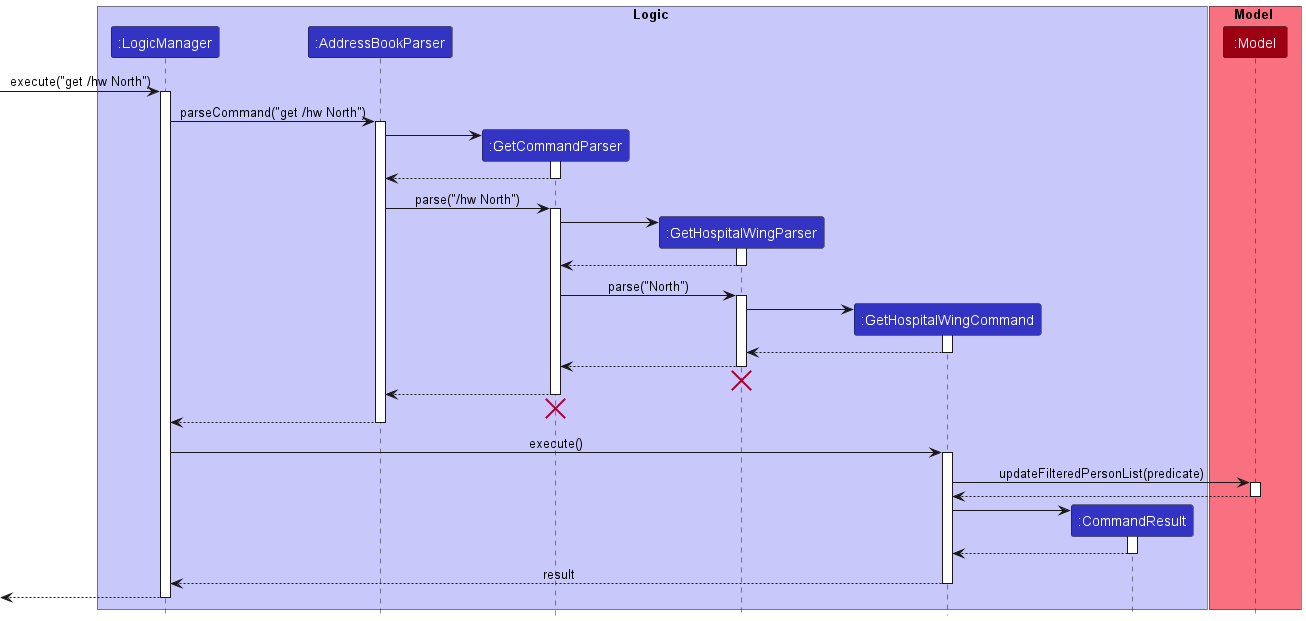
Above: docs/images/GetHospitalWingSequenceDiagram.png in nus-cs2103-AY2223S1/tp (PlantUML), before the change.
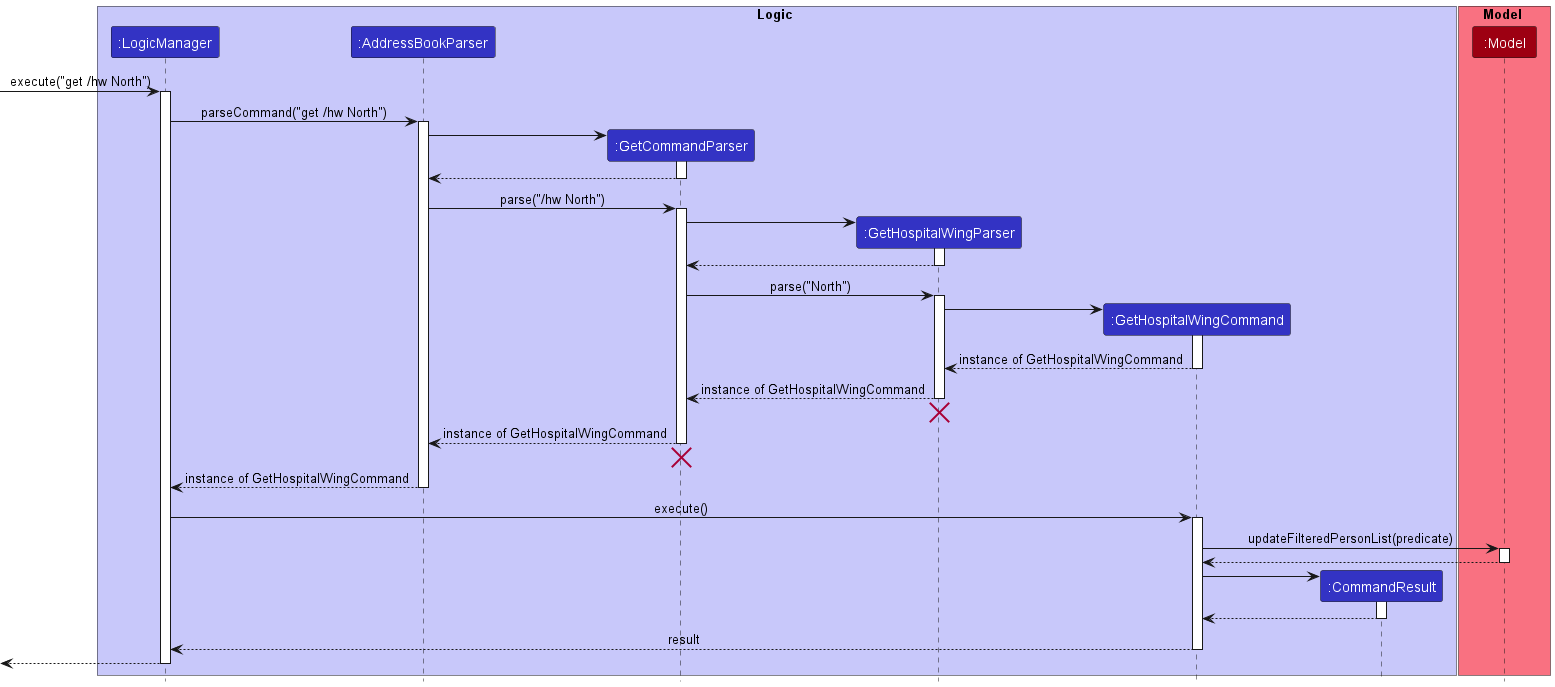
The same diagram one commit later.

Diff of the diagram source:
```diff
@@ -44,20 +44,20 @@
 GetHospitalWingParser -> GetHospitalWingCommand
 activate GetHospitalWingCommand
 
-GetHospitalWingCommand --> GetHospitalWingParser
+GetHospitalWingCommand --> GetHospitalWingParser : instance of GetHospitalWingCommand
 deactivate GetHospitalWingCommand
 
-GetHospitalWingParser --> GetCommandParser
+GetHospitalWingParser --> GetCommandParser : instance of GetHospitalWingCommand
 deactivate GetHospitalWingParser
 GetHospitalWingParser -[hidden]-> GetCommandParser
 destroy GetHospitalWingParser
 
-GetCommandParser --> AddressBookParser
+GetCommandParser --> AddressBookParser : instance of GetHospitalWingCommand
 deactivate GetCommandParser
 GetCommandParser -[hidden]-> AddressBookParser
 destroy GetCommandParser
 
-AddressBookParser --> LogicManager
+AddressBookParser --> LogicManager : instance of GetHospitalWingCommand
 deactivate AddressBookParser
 
 LogicManager -> GetHospitalWingCommand : execute()
```
